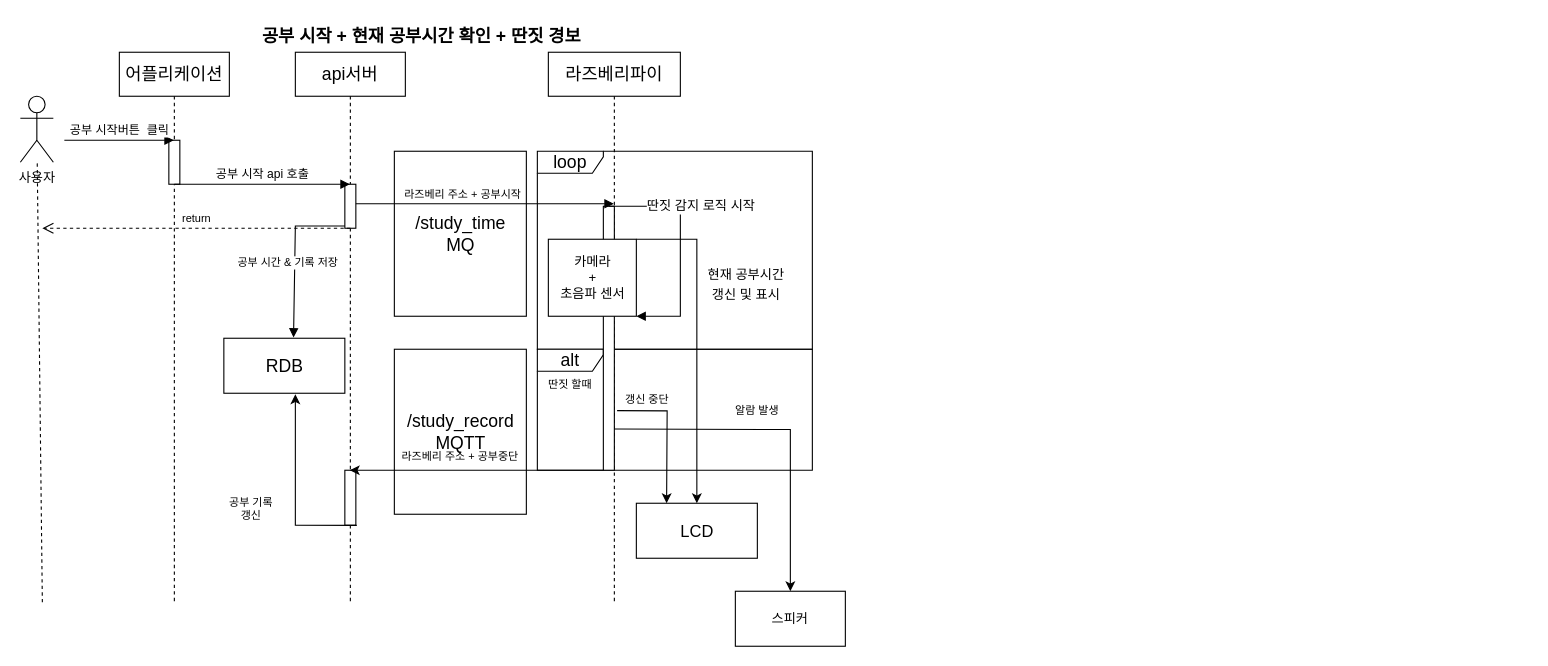
The draw.io diagram page "공부 시작+딴짓 경보" (3 of 11) of doc/UML.drawio in veryneuron/study_mate_project, before the edit. Source tidied: cells renumbered, new cells numbered last; positions are measured from the earlier drawing's top-left corner, leaving out a move shared by most shapes. Both pictures are drawn from the tidied source at 110%, with x=0, y=0 at pixel (20, 19).
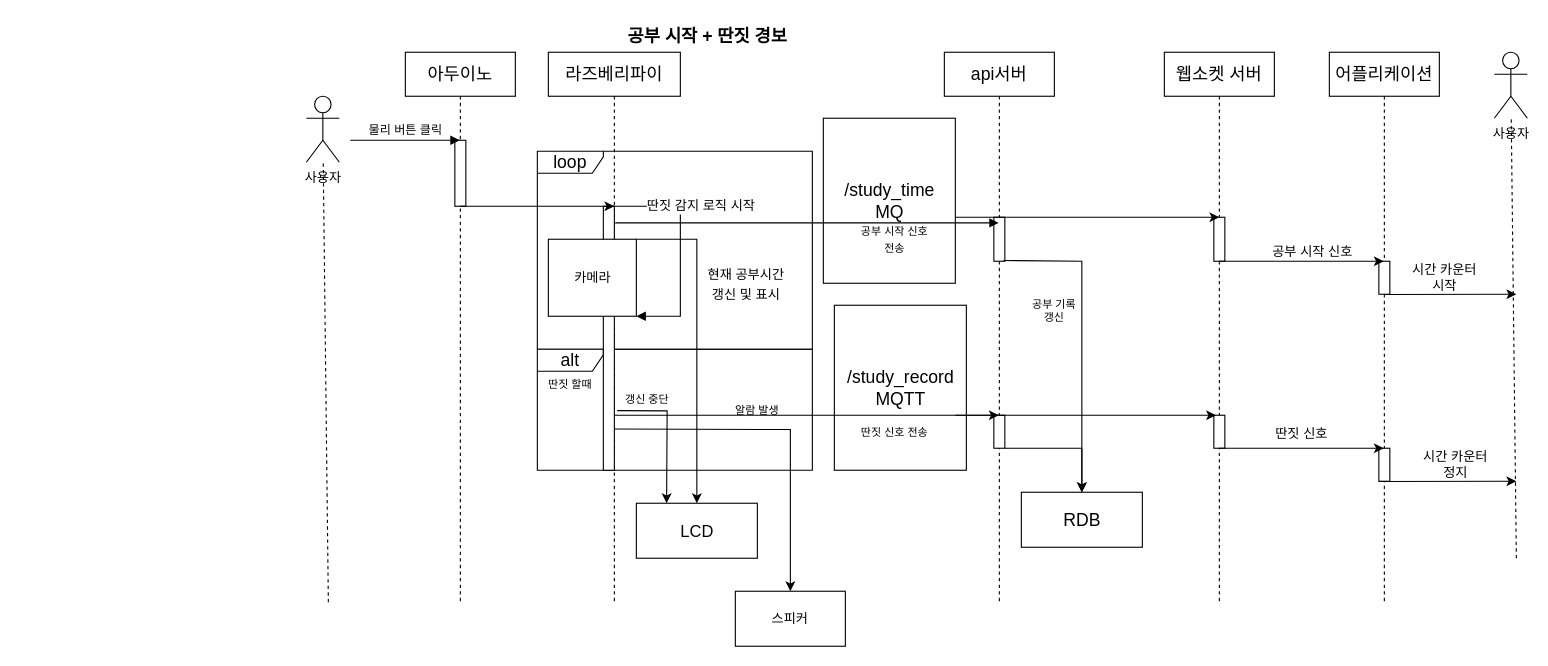
The same diagram, later.

The change refers to these unchanged cells:
```xml
<mxCell id="12" value="라즈베리파이" style="shape=umlLifeline;perimeter=lifelinePerimeter;whiteSpace=wrap;html=1;outlineConnect=0;fontSize=16;" parent="1" vertex="1">
  <mxGeometry x="480" y="30" width="120" height="500" as="geometry" />
</mxCell>
<mxCell id="13" style="html=1;points=[];perimeter=orthogonalPerimeter;fontSize=12;" parent="12" vertex="1">
  <mxGeometry x="50" y="140" width="10" height="240" as="geometry" />
</mxCell>
```

What changed in the source:
```diff
@@
+    <mxCell id="17" value="/study_time&lt;br&gt;MQ" style="html=1;fontSize=16;" parent="1" vertex="1">
+      <mxGeometry x="730" y="90" width="120" height="150" as="geometry" />
+    </mxCell>
     <mxCell id="2" value="/study_record&lt;br&gt;MQTT" style="html=1;fontSize=16;" parent="1" vertex="1">
-      <mxGeometry x="340" y="300" width="120" height="150" as="geometry" />
+      <mxGeometry x="740" y="260" width="120" height="150" as="geometry" />
     </mxCell>
@@
-    <mxCell id="5" value="공부 시작 + 현재 공부시간 확인 + 딴짓 경보" style="text;html=1;strokeColor=none;fillColor=none;align=center;verticalAlign=middle;whiteSpace=wrap;rounded=0;fontStyle=1;fontSize=16;" parent="1" vertex="1">
-      <mxGeometry x="200" width="330" height="30" as="geometry" />
+    <mxCell id="5" value="공부 시작 + 딴짓 경보" style="text;html=1;strokeColor=none;fillColor=none;align=center;verticalAlign=middle;whiteSpace=wrap;rounded=0;fontStyle=1;fontSize=16;" parent="1" vertex="1">
+      <mxGeometry x="460" width="330" height="30" as="geometry" />
     </mxCell>
     <mxCell id="6" value="api서버" style="shape=umlLifeline;perimeter=lifelinePerimeter;whiteSpace=wrap;html=1;outlineConnect=0;fontSize=16;" parent="1" vertex="1">
-      <mxGeometry x="250" y="30" width="100" height="500" as="geometry" />
+      <mxGeometry x="840" y="30" width="100" height="500" as="geometry" />
     </mxCell>
     <mxCell id="7" style="html=1;points=[];perimeter=orthogonalPerimeter;" parent="6" vertex="1">
-      <mxGeometry x="45" y="120" width="10" height="40" as="geometry" />
+      <mxGeometry x="45" y="150" width="10" height="40" as="geometry" />
     </mxCell>
     <mxCell id="8" style="html=1;points=[];perimeter=orthogonalPerimeter;fontSize=16;" parent="6" vertex="1">
-      <mxGeometry x="45" y="380" width="10" height="50" as="geometry" />
+      <mxGeometry x="45" y="330" width="10" height="30" as="geometry" />
     </mxCell>
-    <mxCell id="9" value="RDB" style="html=1;fontSize=16;" parent="6" vertex="1">
-      <mxGeometry x="-65" y="260" width="110" height="50" as="geometry" />
-    </mxCell>
-    <mxCell id="10" value="공부 시간 &amp;amp; 기록 저장" style="html=1;verticalAlign=bottom;endArrow=block;rounded=0;entryX=0.576;entryY=-0.013;entryDx=0;entryDy=0;fontSize=10;entryPerimeter=0;" parent="6" edge="1" source="7" target="9">
-      <mxGeometry x="0.19" y="-6" relative="1" as="geometry">
-        <Array as="points">
-          <mxPoint y="158" />
-        </Array>
-      </mxGeometry>
-    </mxCell>
-    <mxCell id="11" style="endArrow=classic;html=1;rounded=0;fontSize=10;entryX=0.591;entryY=1.02;entryDx=0;entryDy=0;exitX=1.083;exitY=1.003;exitDx=0;exitDy=0;exitPerimeter=0;entryPerimeter=0;" parent="6" edge="1" source="8" target="9">
-      <mxGeometry relative="1" as="geometry">
-        <Array as="points">
-          <mxPoint y="430" />
-        </Array>
-      </mxGeometry>
-    </mxCell>
+    <mxCell id="37" style="endArrow=classic;html=1;rounded=0;fontSize=10;entryX=0.5;entryY=0;entryDx=0;entryDy=0;" parent="6" edge="1" target="9">
+      <mxGeometry relative="1" as="geometry">
+        <mxPoint x="55" y="360" as="sourcePoint" />
+        <Array as="points">
+          <mxPoint x="125" y="360" />
+        </Array>
+      </mxGeometry>
+    </mxCell>
@@
-    <mxCell id="15" value="카메라&lt;br&gt;+&lt;br&gt;초음파 센서" style="html=1;fontSize=12;" parent="12" vertex="1">
+    <mxCell id="15" value="카메라" style="html=1;fontSize=12;" parent="12" vertex="1">
       <mxGeometry y="170" width="80" height="70" as="geometry" />
     </mxCell>
@@
-    <mxCell id="17" value="/study_time&lt;br&gt;MQ" style="html=1;fontSize=16;" parent="1" vertex="1">
-      <mxGeometry x="340" y="120" width="120" height="150" as="geometry" />
-    </mxCell>
-    <mxCell id="18" value="어플리케이션" style="shape=umlLifeline;perimeter=lifelinePerimeter;whiteSpace=wrap;html=1;outlineConnect=0;fontSize=16;" parent="1" vertex="1">
-      <mxGeometry x="90" y="30" width="100" height="500" as="geometry" />
+    <mxCell id="18" value="아두이노" style="shape=umlLifeline;perimeter=lifelinePerimeter;whiteSpace=wrap;html=1;outlineConnect=0;fontSize=16;" parent="1" vertex="1">
+      <mxGeometry x="350" y="30" width="100" height="500" as="geometry" />
     </mxCell>
     <mxCell id="19" style="html=1;perimeter=orthogonalPerimeter;" parent="18" vertex="1">
-      <mxGeometry x="45" y="80" width="10" height="40" as="geometry" />
+      <mxGeometry x="45" y="80" width="10" height="60" as="geometry" />
     </mxCell>
-    <mxCell id="20" value="공부 시작버튼&amp;nbsp; 클릭" style="html=1;verticalAlign=bottom;endArrow=block;rounded=0;" parent="18" edge="1" target="18">
+    <mxCell id="20" value="물리 버튼 클릭" style="html=1;verticalAlign=bottom;endArrow=block;rounded=0;" parent="18" edge="1" target="18">
       <mxGeometry relative="1" as="geometry">
         <mxPoint x="-50" y="80" as="sourcePoint" />
       </mxGeometry>
     </mxCell>
     <mxCell id="21" value="사용자" style="shape=umlActor;verticalLabelPosition=bottom;verticalAlign=top;html=1;" parent="1" vertex="1">
-      <mxGeometry y="70" width="30" height="60" as="geometry" />
+      <mxGeometry x="260" y="70" width="30" height="60" as="geometry" />
     </mxCell>
-    <mxCell id="22" value="공부 시작 api 호출" style="html=1;verticalAlign=bottom;endArrow=block;rounded=0;" parent="1" edge="1" target="6">
-      <mxGeometry relative="1" as="geometry">
-        <mxPoint x="140" y="150" as="sourcePoint" />
-      </mxGeometry>
+    <mxCell id="22" style="html=1;verticalAlign=bottom;endArrow=block;rounded=0;exitX=1.083;exitY=0.063;exitDx=0;exitDy=0;exitPerimeter=0;" parent="1" edge="1" source="13" target="6">
+      <mxGeometry relative="1" as="geometry" />
     </mxCell>
-    <mxCell id="23" value="라즈베리 주소 + 공부시작" style="html=1;verticalAlign=bottom;endArrow=block;rounded=0;exitX=1;exitY=0.442;exitDx=0;exitDy=0;exitPerimeter=0;fontSize=10;" parent="1" edge="1" source="7" target="12">
-      <mxGeometry x="-0.17" relative="1" as="geometry" />
-    </mxCell>
@@
-    <mxCell id="29" style="endArrow=classic;html=1;rounded=0;fontSize=16;" parent="1" edge="1" target="6">
+    <mxCell id="29" style="endArrow=classic;html=1;rounded=0;fontSize=16;entryX=0.5;entryY=0;entryDx=0;entryDy=0;exitX=0.875;exitY=0.983;exitDx=0;exitDy=0;exitPerimeter=0;" parent="1" edge="1" source="7" target="9">
       <mxGeometry relative="1" as="geometry">
-        <mxPoint x="530" y="410" as="sourcePoint" />
+        <Array as="points">
+          <mxPoint x="965" y="220" />
+        </Array>
       </mxGeometry>
     </mxCell>
-    <mxCell id="30" value="&lt;font style=&quot;font-size: 10px;&quot;&gt;라즈베리 주소 + 공부중단&lt;/font&gt;" style="text;html=1;strokeColor=none;fillColor=none;align=center;verticalAlign=middle;whiteSpace=wrap;rounded=0;fontSize=16;" parent="1" vertex="1">
-      <mxGeometry x="340" y="380" width="120" height="30" as="geometry" />
-    </mxCell>
     <mxCell id="31" value="공부 기록&lt;br&gt;갱신" style="text;html=1;strokeColor=none;fillColor=none;align=center;verticalAlign=middle;whiteSpace=wrap;rounded=0;fontSize=10;" parent="1" vertex="1">
-      <mxGeometry x="180" y="430" width="60" height="30" as="geometry" />
+      <mxGeometry x="910" y="250" width="60" height="30" as="geometry" />
     </mxCell>
@@
     <mxCell id="35" style="endArrow=none;dashed=1;html=1;rounded=0;fontSize=10;" parent="1" edge="1" target="21">
       <mxGeometry relative="1" as="geometry">
-        <mxPoint x="20" y="530" as="sourcePoint" />
+        <mxPoint x="280" y="530" as="sourcePoint" />
       </mxGeometry>
     </mxCell>
-    <mxCell id="36" value="return" style="html=1;verticalAlign=bottom;endArrow=open;dashed=1;endSize=8;rounded=0;fontSize=10;" parent="1" edge="1">
-      <mxGeometry relative="1" as="geometry">
-        <mxPoint x="300" y="190" as="sourcePoint" />
-        <mxPoint x="20" y="190" as="targetPoint" />
-      </mxGeometry>
-    </mxCell>
+    <mxCell id="38" style="endArrow=classic;html=1;rounded=0;" parent="1" edge="1" source="18">
+      <mxGeometry relative="1" as="geometry">
+        <mxPoint x="540" y="170" as="targetPoint" />
+      </mxGeometry>
+    </mxCell>
+    <mxCell id="39" value="&lt;font style=&quot;font-size: 10px;&quot;&gt;공부 시작 신호 전송&lt;/font&gt;" style="text;html=1;strokeColor=none;fillColor=none;align=center;verticalAlign=middle;whiteSpace=wrap;rounded=0;" parent="1" vertex="1">
+      <mxGeometry x="760" y="185" width="70" height="30" as="geometry" />
+    </mxCell>
+    <mxCell id="9" value="RDB" style="html=1;fontSize=16;" parent="1" vertex="1">
+      <mxGeometry x="910" y="430" width="110" height="50" as="geometry" />
+    </mxCell>
+    <mxCell id="40" value="딴짓 신호 전송" style="text;html=1;strokeColor=none;fillColor=none;align=center;verticalAlign=middle;whiteSpace=wrap;rounded=0;fontSize=10;" parent="1" vertex="1">
+      <mxGeometry x="760" y="360" width="70" height="30" as="geometry" />
+    </mxCell>
+    <mxCell id="41" style="endArrow=classic;html=1;rounded=0;fontSize=10;" parent="1" edge="1" target="6">
+      <mxGeometry relative="1" as="geometry">
+        <mxPoint x="540" y="360" as="sourcePoint" />
+      </mxGeometry>
+    </mxCell>
+    <mxCell id="42" value="웹소켓 서버" style="shape=umlLifeline;perimeter=lifelinePerimeter;whiteSpace=wrap;html=1;outlineConnect=0;fontSize=16;" parent="1" vertex="1">
+      <mxGeometry x="1040" y="30" width="100" height="500" as="geometry" />
+    </mxCell>
+    <mxCell id="43" style="html=1;perimeter=orthogonalPerimeter;" parent="42" vertex="1">
+      <mxGeometry x="45" y="150" width="10" height="40" as="geometry" />
+    </mxCell>
+    <mxCell id="44" style="html=1;perimeter=orthogonalPerimeter;fontSize=16;" parent="42" vertex="1">
+      <mxGeometry x="45" y="330" width="10" height="30" as="geometry" />
+    </mxCell>
+    <mxCell id="45" style="endArrow=classic;html=1;rounded=0;fontSize=16;" parent="1" edge="1">
+      <mxGeometry relative="1" as="geometry">
+        <mxPoint x="850" y="180" as="sourcePoint" />
+        <mxPoint x="1090" y="180" as="targetPoint" />
+      </mxGeometry>
+    </mxCell>
+    <mxCell id="46" value="어플리케이션" style="shape=umlLifeline;perimeter=lifelinePerimeter;whiteSpace=wrap;html=1;outlineConnect=0;fontSize=16;" parent="1" vertex="1">
+      <mxGeometry x="1190" y="30" width="100" height="500" as="geometry" />
+    </mxCell>
+    <mxCell id="47" style="html=1;points=[];perimeter=orthogonalPerimeter;" parent="46" vertex="1">
+      <mxGeometry x="45" y="190" width="10" height="30" as="geometry" />
+    </mxCell>
+    <mxCell id="48" style="html=1;perimeter=orthogonalPerimeter;fontSize=16;" parent="46" vertex="1">
+      <mxGeometry x="45" y="360" width="10" height="30" as="geometry" />
+    </mxCell>
+    <mxCell id="49" value="&lt;font style=&quot;font-size: 12px;&quot;&gt;공부 시작 신호&lt;/font&gt;" style="text;html=1;strokeColor=none;fillColor=none;align=center;verticalAlign=middle;whiteSpace=wrap;rounded=0;fontSize=16;" parent="1" vertex="1">
+      <mxGeometry x="1130" y="195" width="90" height="30" as="geometry" />
+    </mxCell>
+    <mxCell id="50" style="endArrow=classic;html=1;rounded=0;fontSize=16;exitX=1.021;exitY=0.623;exitDx=0;exitDy=0;exitPerimeter=0;" parent="1" edge="1">
+      <mxGeometry relative="1" as="geometry">
+        <mxPoint x="850" y="360" as="sourcePoint" />
+        <mxPoint x="1087" y="360" as="targetPoint" />
+      </mxGeometry>
+    </mxCell>
+    <mxCell id="51" style="endArrow=classic;html=1;rounded=0;fontSize=16;" parent="1" edge="1" source="42" target="46">
+      <mxGeometry relative="1" as="geometry">
+        <Array as="points">
+          <mxPoint x="1130" y="220" />
+        </Array>
+      </mxGeometry>
+    </mxCell>
+    <mxCell id="52" style="endArrow=classic;html=1;rounded=0;fontSize=16;" parent="1" edge="1" source="42" target="46">
+      <mxGeometry relative="1" as="geometry">
+        <Array as="points">
+          <mxPoint x="1150" y="390" />
+        </Array>
+      </mxGeometry>
+    </mxCell>
+    <mxCell id="53" value="&lt;span style=&quot;font-size: 12px;&quot;&gt;딴짓 신호&lt;/span&gt;" style="text;html=1;strokeColor=none;fillColor=none;align=center;verticalAlign=middle;whiteSpace=wrap;rounded=0;fontSize=16;" parent="1" vertex="1">
+      <mxGeometry x="1120" y="360" width="90" height="30" as="geometry" />
+    </mxCell>
+    <mxCell id="54" value="사용자" style="shape=umlActor;verticalLabelPosition=bottom;verticalAlign=top;html=1;" parent="1" vertex="1">
+      <mxGeometry x="1340" y="30" width="30" height="60" as="geometry" />
+    </mxCell>
+    <mxCell id="55" style="endArrow=none;dashed=1;html=1;rounded=0;fontSize=10;" parent="1" edge="1" target="54">
+      <mxGeometry relative="1" as="geometry">
+        <mxPoint x="1360" y="490" as="sourcePoint" />
+      </mxGeometry>
+    </mxCell>
+    <mxCell id="56" style="endArrow=classic;html=1;rounded=0;fontSize=12;exitX=0.5;exitY=1.006;exitDx=0;exitDy=0;exitPerimeter=0;" parent="1" edge="1" source="47">
+      <mxGeometry relative="1" as="geometry">
+        <mxPoint x="1360" y="250" as="targetPoint" />
+      </mxGeometry>
+    </mxCell>
+    <mxCell id="57" value="시간 카운터 시작" style="text;html=1;strokeColor=none;fillColor=none;align=center;verticalAlign=middle;whiteSpace=wrap;rounded=0;fontSize=12;" parent="1" vertex="1">
+      <mxGeometry x="1260" y="220" width="70" height="30" as="geometry" />
+    </mxCell>
+    <mxCell id="58" style="endArrow=classic;html=1;rounded=0;fontSize=12;exitX=0.5;exitY=1.006;exitDx=0;exitDy=0;exitPerimeter=0;" parent="1" edge="1">
+      <mxGeometry relative="1" as="geometry">
+        <mxPoint x="1235" y="420.2" as="sourcePoint" />
+        <mxPoint x="1360" y="420" as="targetPoint" />
+      </mxGeometry>
+    </mxCell>
+    <mxCell id="59" value="시간 카운터 정지" style="text;html=1;strokeColor=none;fillColor=none;align=center;verticalAlign=middle;whiteSpace=wrap;rounded=0;fontSize=12;" parent="1" vertex="1">
+      <mxGeometry x="1270" y="390" width="70" height="30" as="geometry" />
+    </mxCell>
```
